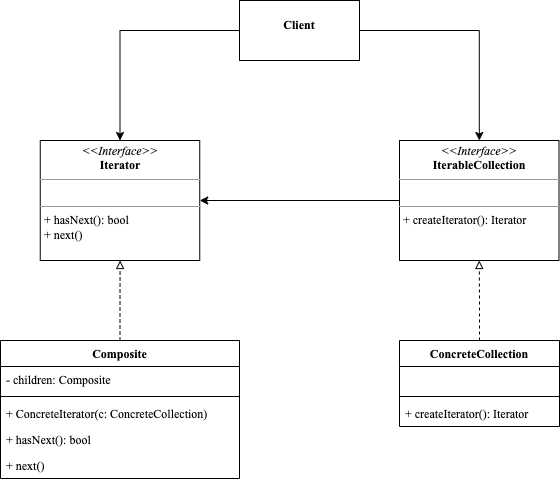
Earlier version of the draw.io export docs/blogs/design-pattern/images/iterator.png (Hexiaopi/blog). Source tidied: cells renumbered, new cells last; positions are measured from the earlier drawing's top-left corner, leaving out a move shared by most shapes.
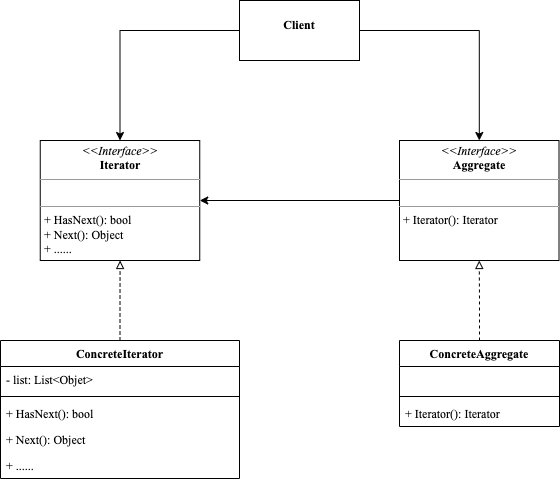
Later version of the same file.

Commit message:
fix(design-pattern): 修改迭代器模式图片

Change to the diagram source:
```diff
@@ -11,25 +11,25 @@
     <mxCell id="4" value="&lt;p style=&quot;margin: 0px ; margin-top: 4px ; text-align: center&quot;&gt;&lt;br&gt;&lt;b&gt;Client&lt;/b&gt;&lt;/p&gt;" style="verticalAlign=top;align=left;overflow=fill;fontSize=12;fontFamily=Times New Roman;html=1;" parent="1" vertex="1">
       <mxGeometry x="239" width="120" height="60" as="geometry" />
     </mxCell>
-    <mxCell id="5" value="Composite" style="swimlane;fontStyle=1;align=center;verticalAlign=top;horizontal=1;startSize=26;fontFamily=Times New Roman;" parent="1" vertex="1">
+    <mxCell id="5" value="ConcreteIterator" style="swimlane;fontStyle=1;align=center;verticalAlign=top;horizontal=1;startSize=26;fontFamily=Times New Roman;" parent="1" vertex="1">
       <mxGeometry y="340" width="239" height="138" as="geometry" />
     </mxCell>
-    <mxCell id="6" value="- children: Composite" style="text;strokeColor=none;fillColor=none;align=left;verticalAlign=top;spacingLeft=4;spacingRight=4;overflow=hidden;fontFamily=Times New Roman;" parent="5" vertex="1">
+    <mxCell id="6" value="- list: List&lt;Objet&gt;" style="text;strokeColor=none;fillColor=none;align=left;verticalAlign=top;spacingLeft=4;spacingRight=4;overflow=hidden;fontFamily=Times New Roman;" parent="5" vertex="1">
       <mxGeometry y="26" width="239" height="26" as="geometry" />
     </mxCell>
     <mxCell id="7" style="line;strokeWidth=1;fillColor=none;align=left;verticalAlign=middle;spacingTop=-1;spacingLeft=3;spacingRight=3;labelPosition=right;fontFamily=Times New Roman;" parent="5" vertex="1">
       <mxGeometry y="52" width="239" height="8" as="geometry" />
     </mxCell>
-    <mxCell id="8" value="+ ConcreteIterator(c: ConcreteCollection)&#10;" style="text;strokeColor=none;fillColor=none;align=left;verticalAlign=top;spacingLeft=4;spacingRight=4;overflow=hidden;fontFamily=Times New Roman;" parent="5" vertex="1">
-      <mxGeometry y="60" width="239" height="26" as="geometry" />
-    </mxCell>
-    <mxCell id="9" value="+ hasNext(): bool&#10;" style="text;strokeColor=none;fillColor=none;align=left;verticalAlign=top;spacingLeft=4;spacingRight=4;overflow=hidden;fontFamily=Times New Roman;" parent="5" vertex="1">
-      <mxGeometry y="86" width="239" height="26" as="geometry" />
+    <mxCell id="9" value="+ HasNext(): bool&#10;" style="text;strokeColor=none;fillColor=none;align=left;verticalAlign=top;spacingLeft=4;spacingRight=4;overflow=hidden;fontFamily=Times New Roman;" parent="5" vertex="1">
+      <mxGeometry y="60" width="239" height="26" as="geometry" />
     </mxCell>
-    <mxCell id="10" value="+ next()&#10;" style="text;strokeColor=none;fillColor=none;align=left;verticalAlign=top;spacingLeft=4;spacingRight=4;overflow=hidden;fontFamily=Times New Roman;" parent="5" vertex="1">
-      <mxGeometry y="112" width="239" height="26" as="geometry" />
+    <mxCell id="10" value="+ Next(): Object&#10;" style="text;strokeColor=none;fillColor=none;align=left;verticalAlign=top;spacingLeft=4;spacingRight=4;overflow=hidden;fontFamily=Times New Roman;" parent="5" vertex="1">
+      <mxGeometry y="86" width="239" height="26" as="geometry" />
     </mxCell>
+    <mxCell id="20" value="+ ......" style="text;strokeColor=none;fillColor=none;align=left;verticalAlign=top;spacingLeft=4;spacingRight=4;overflow=hidden;fontFamily=Times New Roman;" parent="5" vertex="1">
+      <mxGeometry y="112" width="239" height="26" as="geometry" />
+    </mxCell>
-    <mxCell id="11" value="ConcreteCollection" style="swimlane;fontStyle=1;align=center;verticalAlign=top;horizontal=1;startSize=26;fontFamily=Times New Roman;" parent="1" vertex="1">
+    <mxCell id="11" value="ConcreteAggregate" style="swimlane;fontStyle=1;align=center;verticalAlign=top;horizontal=1;startSize=26;fontFamily=Times New Roman;" parent="1" vertex="1">
       <mxGeometry x="399" y="340" width="160" height="86" as="geometry" />
     </mxCell>
     <mxCell id="12" value=" " style="text;strokeColor=none;fillColor=none;align=left;verticalAlign=top;spacingLeft=4;spacingRight=4;overflow=hidden;fontFamily=Times New Roman;" parent="11" vertex="1">
@@ -38,7 +38,7 @@
     <mxCell id="13" style="line;strokeWidth=1;fillColor=none;align=left;verticalAlign=middle;spacingTop=-1;spacingLeft=3;spacingRight=3;labelPosition=right;fontFamily=Times New Roman;" parent="11" vertex="1">
       <mxGeometry y="52" width="160" height="8" as="geometry" />
     </mxCell>
-    <mxCell id="14" value="+ createIterator(): Iterator&#10;" style="text;strokeColor=none;fillColor=none;align=left;verticalAlign=top;spacingLeft=4;spacingRight=4;overflow=hidden;fontFamily=Times New Roman;" parent="11" vertex="1">
+    <mxCell id="14" value="+ Iterator(): Iterator&#10;" style="text;strokeColor=none;fillColor=none;align=left;verticalAlign=top;spacingLeft=4;spacingRight=4;overflow=hidden;fontFamily=Times New Roman;" parent="11" vertex="1">
       <mxGeometry y="60" width="160" height="26" as="geometry" />
     </mxCell>
     <mxCell id="15" style="rounded=0;jettySize=auto;html=1;fontFamily=Times New Roman;entryX=0.5;entryY=1;entryDx=0;entryDy=0;exitX=0.5;exitY=0;exitDx=0;exitDy=0;endArrow=block;endFill=0;dashed=1;edgeStyle=orthogonalEdgeStyle;" parent="1" edge="1" source="11" target="17">
@@ -47,13 +47,13 @@
     <mxCell id="16" style="edgeStyle=orthogonalEdgeStyle;rounded=0;jettySize=auto;html=1;" parent="1" edge="1" source="17" target="19">
       <mxGeometry relative="1" as="geometry" />
     </mxCell>
-    <mxCell id="17" value="&lt;p style=&quot;margin:0px;margin-top:4px;text-align:center;&quot;&gt;&lt;i&gt;&amp;lt;&amp;lt;Interface&amp;gt;&amp;gt;&lt;/i&gt;&lt;br&gt;&lt;b&gt;IterableCollection&lt;/b&gt;&lt;/p&gt;&lt;hr size=&quot;1&quot;&gt;&lt;p style=&quot;margin:0px;margin-left:4px;&quot;&gt;&lt;br&gt;&lt;/p&gt;&lt;hr size=&quot;1&quot;&gt;&lt;p style=&quot;margin:0px;margin-left:4px;&quot;&gt;+ createIterator(): Iterator&lt;br&gt;&lt;/p&gt;" style="verticalAlign=top;align=left;overflow=fill;fontSize=12;fontFamily=Times New Roman;html=1;" parent="1" vertex="1">
+    <mxCell id="17" value="&lt;p style=&quot;margin:0px;margin-top:4px;text-align:center;&quot;&gt;&lt;i&gt;&amp;lt;&amp;lt;Interface&amp;gt;&amp;gt;&lt;/i&gt;&lt;br&gt;&lt;b&gt;Aggregate&lt;/b&gt;&lt;/p&gt;&lt;hr size=&quot;1&quot;&gt;&lt;p style=&quot;margin:0px;margin-left:4px;&quot;&gt;&lt;br&gt;&lt;/p&gt;&lt;hr size=&quot;1&quot;&gt;&lt;p style=&quot;margin:0px;margin-left:4px;&quot;&gt;+ Iterator(): Iterator&lt;br&gt;&lt;/p&gt;" style="verticalAlign=top;align=left;overflow=fill;fontSize=12;fontFamily=Times New Roman;html=1;" parent="1" vertex="1">
       <mxGeometry x="399" y="140" width="159.5" height="120" as="geometry" />
     </mxCell>
     <mxCell id="18" style="rounded=0;jettySize=auto;html=1;fontFamily=Times New Roman;endArrow=block;endFill=0;dashed=1;edgeStyle=orthogonalEdgeStyle;" parent="1" edge="1" source="5" target="19">
       <mxGeometry relative="1" as="geometry" />
     </mxCell>
-    <mxCell id="19" value="&lt;p style=&quot;margin:0px;margin-top:4px;text-align:center;&quot;&gt;&lt;i&gt;&amp;lt;&amp;lt;Interface&amp;gt;&amp;gt;&lt;/i&gt;&lt;br&gt;&lt;b&gt;Iterator&lt;/b&gt;&lt;/p&gt;&lt;hr size=&quot;1&quot;&gt;&lt;p style=&quot;margin:0px;margin-left:4px;&quot;&gt;&lt;br&gt;&lt;/p&gt;&lt;hr size=&quot;1&quot;&gt;&lt;p style=&quot;margin:0px;margin-left:4px;&quot;&gt;+ hasNext(): bool&lt;br&gt;&lt;/p&gt;&lt;p style=&quot;margin:0px;margin-left:4px;&quot;&gt;+ next()&lt;/p&gt;" style="verticalAlign=top;align=left;overflow=fill;fontSize=12;fontFamily=Times New Roman;html=1;" parent="1" vertex="1">
+    <mxCell id="19" value="&lt;p style=&quot;margin:0px;margin-top:4px;text-align:center;&quot;&gt;&lt;i&gt;&amp;lt;&amp;lt;Interface&amp;gt;&amp;gt;&lt;/i&gt;&lt;br&gt;&lt;b&gt;Iterator&lt;/b&gt;&lt;/p&gt;&lt;hr size=&quot;1&quot;&gt;&lt;p style=&quot;margin:0px;margin-left:4px;&quot;&gt;&lt;br&gt;&lt;/p&gt;&lt;hr size=&quot;1&quot;&gt;&lt;p style=&quot;margin:0px;margin-left:4px;&quot;&gt;+ HasNext(): bool&lt;br&gt;&lt;/p&gt;&lt;p style=&quot;margin:0px;margin-left:4px;&quot;&gt;+ Next(): Object&lt;/p&gt;&lt;p style=&quot;margin:0px;margin-left:4px;&quot;&gt;+ ......&lt;/p&gt;" style="verticalAlign=top;align=left;overflow=fill;fontSize=12;fontFamily=Times New Roman;html=1;" parent="1" vertex="1">
       <mxGeometry x="39.8" y="140" width="159.5" height="120" as="geometry" />
     </mxCell>
   </root>
```
